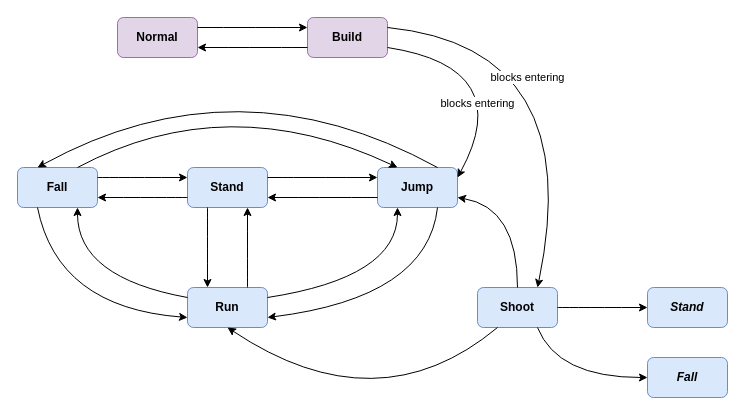
Before: docs/player_states_v2.drawio in joonashalinen/bloxu, a draw.io diagram. Source tidied: cells renumbered, new cells numbered last; positions are measured from the earlier drawing's top-left corner, leaving out a move shared by most shapes. Both pictures are drawn from the tidied source at 100%, with x=0, y=0 at pixel (17, 17).
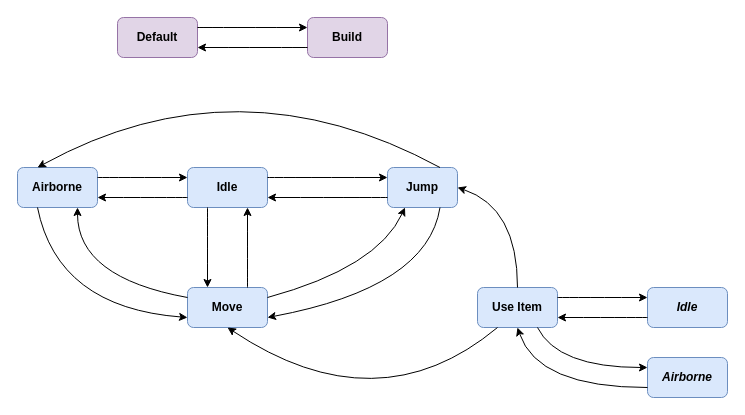
Above is the later version.

Unchanged cells that the change refers to:
```xml
<mxCell id="19" value="&lt;b&gt;Build&lt;/b&gt;" style="rounded=1;whiteSpace=wrap;html=1;fillColor=#e1d5e7;strokeColor=#9673a6;" parent="1" vertex="1">
  <mxGeometry x="290" width="80" height="40" as="geometry" />
</mxCell>
```

Change to the diagram source:
```diff
@@
-    <mxCell id="2" value="&lt;b&gt;Stand&lt;/b&gt;" style="rounded=1;whiteSpace=wrap;html=1;fillColor=#dae8fc;strokeColor=#6c8ebf;" parent="1" vertex="1">
+    <mxCell id="2" value="&lt;b&gt;Idle&lt;/b&gt;" style="rounded=1;whiteSpace=wrap;html=1;fillColor=#dae8fc;strokeColor=#6c8ebf;" parent="1" vertex="1">
       <mxGeometry x="170" y="150" width="80" height="40" as="geometry" />
     </mxCell>
     <mxCell id="3" value="&lt;b&gt;Jump&lt;/b&gt;" style="rounded=1;whiteSpace=wrap;html=1;fillColor=#dae8fc;strokeColor=#6c8ebf;" parent="1" vertex="1">
-      <mxGeometry x="360" y="150" width="80" height="40" as="geometry" />
+      <mxGeometry x="370" y="150" width="70" height="40" as="geometry" />
     </mxCell>
@@
-    <mxCell id="5" value="&lt;b&gt;Run&lt;/b&gt;" style="rounded=1;whiteSpace=wrap;html=1;fillColor=#dae8fc;strokeColor=#6c8ebf;" parent="1" vertex="1">
+    <mxCell id="5" value="&lt;b&gt;Move&lt;/b&gt;" style="rounded=1;whiteSpace=wrap;html=1;fillColor=#dae8fc;strokeColor=#6c8ebf;" parent="1" vertex="1">
       <mxGeometry x="170" y="270" width="80" height="40" as="geometry" />
     </mxCell>
-    <mxCell id="6" value="&lt;b&gt;Fall&lt;/b&gt;" style="rounded=1;whiteSpace=wrap;html=1;fillColor=#dae8fc;strokeColor=#6c8ebf;" parent="1" vertex="1">
+    <mxCell id="6" value="&lt;b&gt;Airborne&lt;/b&gt;" style="rounded=1;whiteSpace=wrap;html=1;fillColor=#dae8fc;strokeColor=#6c8ebf;" parent="1" vertex="1">
       <mxGeometry y="150" width="80" height="40" as="geometry" />
     </mxCell>
@@
     <mxCell id="8" style="endArrow=classic;html=1;exitX=0.75;exitY=1;exitDx=0;exitDy=0;entryX=1;entryY=0.75;entryDx=0;entryDy=0;curved=1;" parent="1" edge="1" source="3" target="5">
       <mxGeometry relative="1" as="geometry">
         <Array as="points">
-          <mxPoint x="410" y="280" />
+          <mxPoint x="410" y="270" />
         </Array>
       </mxGeometry>
     </mxCell>
@@
-    <mxCell id="15" style="endArrow=classic;html=1;exitX=1;exitY=0.25;exitDx=0;exitDy=0;entryX=0.25;entryY=1;entryDx=0;entryDy=0;curved=1;" parent="1" edge="1" source="5" target="3">
-      <mxGeometry relative="1" as="geometry">
-        <Array as="points">
-          <mxPoint x="380" y="260" />
-        </Array>
-      </mxGeometry>
-    </mxCell>
@@
-    <mxCell id="17" style="endArrow=classic;html=1;exitX=0.75;exitY=0;exitDx=0;exitDy=0;entryX=0.25;entryY=0;entryDx=0;entryDy=0;curved=1;" parent="1" edge="1" source="6" target="3">
-      <mxGeometry relative="1" as="geometry">
-        <Array as="points">
-          <mxPoint x="210" y="70" />
-        </Array>
-      </mxGeometry>
-    </mxCell>
-    <mxCell id="18" value="&lt;b&gt;Shoot&lt;/b&gt;" style="rounded=1;whiteSpace=wrap;html=1;fillColor=#dae8fc;strokeColor=#6c8ebf;" parent="1" vertex="1">
+    <mxCell id="18" value="&lt;b&gt;Use Item&lt;/b&gt;" style="rounded=1;whiteSpace=wrap;html=1;fillColor=#dae8fc;strokeColor=#6c8ebf;" parent="1" vertex="1">
       <mxGeometry x="460" y="270" width="80" height="40" as="geometry" />
     </mxCell>
@@
-    <mxCell id="20" value="&lt;b&gt;Normal&lt;/b&gt;" style="rounded=1;whiteSpace=wrap;html=1;fillColor=#e1d5e7;strokeColor=#9673a6;" parent="1" vertex="1">
+    <mxCell id="20" value="&lt;b&gt;Default&lt;/b&gt;" style="rounded=1;whiteSpace=wrap;html=1;fillColor=#e1d5e7;strokeColor=#9673a6;" parent="1" vertex="1">
       <mxGeometry x="100" width="80" height="40" as="geometry" />
     </mxCell>
@@
-    <mxCell id="22" style="endArrow=classic;html=1;exitX=1;exitY=0.75;exitDx=0;exitDy=0;curved=1;entryX=1;entryY=0.25;entryDx=0;entryDy=0;" parent="1" edge="1" source="19" target="3">
-      <mxGeometry relative="1" as="geometry">
-        <Array as="points">
-          <mxPoint x="500" y="50" />
-        </Array>
-      </mxGeometry>
-    </mxCell>
-    <mxCell id="23" value="blocks entering" style="edgeLabel;html=1;align=center;verticalAlign=middle;" parent="22" vertex="1">
-      <mxGeometry x="-0.47" y="-39" relative="1" as="geometry">
-        <mxPoint x="28" y="7" as="offset" />
-      </mxGeometry>
-    </mxCell>
-    <mxCell id="24" style="endArrow=classic;html=1;exitX=0.5;exitY=0;exitDx=0;exitDy=0;entryX=1;entryY=0.75;entryDx=0;entryDy=0;curved=1;" parent="1" edge="1" source="18" target="3">
+    <mxCell id="24" style="endArrow=classic;html=1;exitX=0.5;exitY=0;exitDx=0;exitDy=0;entryX=1;entryY=0.5;entryDx=0;entryDy=0;curved=1;" parent="1" edge="1" source="18" target="3">
       <mxGeometry relative="1" as="geometry">
         <Array as="points">
           <mxPoint x="500" y="190" />
         </Array>
       </mxGeometry>
     </mxCell>
@@
-    <mxCell id="26" value="&lt;b&gt;&lt;i&gt;Stand&lt;/i&gt;&lt;/b&gt;" style="rounded=1;whiteSpace=wrap;html=1;fillColor=#dae8fc;strokeColor=#6c8ebf;" parent="1" vertex="1">
+    <mxCell id="26" value="&lt;b&gt;&lt;i&gt;Idle&lt;/i&gt;&lt;/b&gt;" style="rounded=1;whiteSpace=wrap;html=1;fillColor=#dae8fc;strokeColor=#6c8ebf;" parent="1" vertex="1">
       <mxGeometry x="630" y="270" width="80" height="40" as="geometry" />
     </mxCell>
-    <mxCell id="27" style="endArrow=classic;html=1;exitX=1;exitY=0.5;exitDx=0;exitDy=0;entryX=0;entryY=0.5;entryDx=0;entryDy=0;curved=1;" parent="1" edge="1" source="18" target="26">
+    <mxCell id="27" style="endArrow=classic;html=1;exitX=1;exitY=0.25;exitDx=0;exitDy=0;entryX=0;entryY=0.25;entryDx=0;entryDy=0;curved=1;" parent="1" edge="1" source="18" target="26">
       <mxGeometry relative="1" as="geometry" />
     </mxCell>
@@
-    <mxCell id="29" style="endArrow=classic;html=1;exitX=1;exitY=0.25;exitDx=0;exitDy=0;curved=1;entryX=0.75;entryY=0;entryDx=0;entryDy=0;" parent="1" edge="1" source="19" target="18">
-      <mxGeometry relative="1" as="geometry">
-        <Array as="points">
-          <mxPoint x="570" y="30" />
-        </Array>
-      </mxGeometry>
-    </mxCell>
-    <mxCell id="30" value="blocks entering" style="edgeLabel;html=1;align=center;verticalAlign=middle;" parent="29" vertex="1">
-      <mxGeometry x="-0.47" y="-39" relative="1" as="geometry">
-        <mxPoint x="26" y="-1" as="offset" />
-      </mxGeometry>
-    </mxCell>
-    <mxCell id="31" value="&lt;b&gt;&lt;i&gt;Fall&lt;/i&gt;&lt;/b&gt;" style="rounded=1;whiteSpace=wrap;html=1;fillColor=#dae8fc;strokeColor=#6c8ebf;" parent="1" vertex="1">
+    <mxCell id="31" value="&lt;b&gt;&lt;i&gt;Airborne&lt;/i&gt;&lt;/b&gt;" style="rounded=1;whiteSpace=wrap;html=1;fillColor=#dae8fc;strokeColor=#6c8ebf;" parent="1" vertex="1">
       <mxGeometry x="630" y="340" width="80" height="40" as="geometry" />
     </mxCell>
-    <mxCell id="32" style="endArrow=classic;html=1;exitX=0.75;exitY=1;exitDx=0;exitDy=0;entryX=0;entryY=0.5;entryDx=0;entryDy=0;curved=1;" parent="1" edge="1" source="18" target="31">
+    <mxCell id="32" style="endArrow=classic;html=1;exitX=0.75;exitY=1;exitDx=0;exitDy=0;entryX=0;entryY=0.25;entryDx=0;entryDy=0;curved=1;" parent="1" edge="1" source="18" target="31">
       <mxGeometry relative="1" as="geometry">
         <Array as="points">
-          <mxPoint x="540" y="360" />
+          <mxPoint x="540" y="350" />
         </Array>
       </mxGeometry>
     </mxCell>
+    <mxCell id="33" style="endArrow=classic;html=1;exitX=0;exitY=0.75;exitDx=0;exitDy=0;entryX=1;entryY=0.75;entryDx=0;entryDy=0;curved=1;" parent="1" edge="1" source="26" target="18">
+      <mxGeometry relative="1" as="geometry" />
+    </mxCell>
+    <mxCell id="34" style="endArrow=classic;html=1;exitX=0;exitY=0.75;exitDx=0;exitDy=0;entryX=0.5;entryY=1;entryDx=0;entryDy=0;curved=1;" parent="1" edge="1" source="31" target="18">
+      <mxGeometry relative="1" as="geometry">
+        <Array as="points">
+          <mxPoint x="520" y="370" />
+        </Array>
+      </mxGeometry>
+    </mxCell>
+    <mxCell id="15" style="endArrow=classic;html=1;entryX=0.25;entryY=1;entryDx=0;entryDy=0;curved=1;exitX=1;exitY=0.25;exitDx=0;exitDy=0;" parent="1" edge="1" source="5" target="3">
+      <mxGeometry relative="1" as="geometry">
+        <Array as="points">
+          <mxPoint x="360" y="250" />
+        </Array>
+      </mxGeometry>
+    </mxCell>
```
